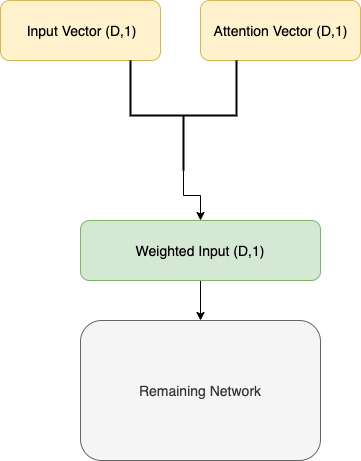
Before: images/2020-02-09/attention_diagram.png, a diagram exported from draw.io (asvskartheek/old_gh_pages). Source tidied: cells renumbered, new cells last; positions are measured from the earlier drawing's top-left corner, leaving out a move shared by most shapes.
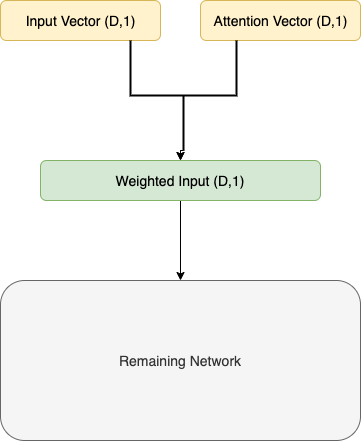
The same diagram one commit later.

Commit message:
Update attention_learning

What changed in the source:
```diff
@@ -3,33 +3,34 @@
     <mxCell id="0" />
     <mxCell id="1" parent="0" />
     <mxCell id="2" style="rounded=1;whiteSpace=wrap;html=1;fillColor=#fff2cc;strokeColor=#d6b656;fontFamily=Helvetica;fontSize=14;" parent="1" vertex="1">
-      <mxGeometry width="160" height="60" as="geometry" />
+      <mxGeometry y="20" width="160" height="40" as="geometry" />
     </mxCell>
     <mxCell id="3" value="Input Vector (D,1)" style="text;html=1;align=center;verticalAlign=middle;fillColor=none;strokeColor=none;rounded=0;fontFamily=Helvetica;fontSize=14;" parent="1" vertex="1">
-      <mxGeometry x="16" y="20" width="130" height="20" as="geometry" />
+      <mxGeometry x="15" y="30" width="130" height="20" as="geometry" />
     </mxCell>
     <mxCell id="4" style="rounded=1;whiteSpace=wrap;html=1;fillColor=#fff2cc;strokeColor=#d6b656;fontFamily=Helvetica;fontSize=14;" parent="1" vertex="1">
-      <mxGeometry x="200" width="160" height="60" as="geometry" />
+      <mxGeometry x="200" y="20" width="160" height="40" as="geometry" />
     </mxCell>
     <mxCell id="5" value="Attention Vector (D,1)" style="text;html=1;align=center;verticalAlign=middle;fillColor=none;strokeColor=none;rounded=0;fontFamily=Helvetica;fontSize=14;" parent="1" vertex="1">
-      <mxGeometry x="205" y="20" width="150" height="20" as="geometry" />
+      <mxGeometry x="205" y="30" width="150" height="20" as="geometry" />
     </mxCell>
-    <mxCell id="6" style="edgeStyle=orthogonalEdgeStyle;rounded=0;jettySize=auto;html=1;exitX=0.5;exitY=1;exitDx=0;exitDy=0;fontFamily=Helvetica;fontSize=14;" parent="1" edge="1" source="7">
-      <mxGeometry relative="1" as="geometry">
-        <mxPoint x="200" y="320" as="targetPoint" />
-      </mxGeometry>
-    </mxCell>
+    <mxCell id="11" style="edgeStyle=orthogonalEdgeStyle;rounded=0;jettySize=auto;html=1;exitX=0.5;exitY=1;exitDx=0;exitDy=0;" parent="1" edge="1" source="7" target="10">
+      <mxGeometry relative="1" as="geometry" />
+    </mxCell>
     <mxCell id="7" value="Weighted Input (D,1)" style="rounded=1;whiteSpace=wrap;html=1;fontFamily=Helvetica;fontSize=14;fillColor=#d5e8d4;strokeColor=#82b366;" parent="1" vertex="1">
-      <mxGeometry x="80" y="220" width="240" height="60" as="geometry" />
+      <mxGeometry x="40" y="180" width="280" height="40" as="geometry" />
     </mxCell>
     <mxCell id="8" style="edgeStyle=orthogonalEdgeStyle;rounded=0;jettySize=auto;html=1;exitX=0;exitY=0.5;exitDx=0;exitDy=0;exitPerimeter=0;entryX=0.5;entryY=0;entryDx=0;entryDy=0;fontFamily=Helvetica;fontSize=14;" parent="1" edge="1" source="9" target="7">
       <mxGeometry relative="1" as="geometry" />
     </mxCell>
+    <mxCell id="12" style="edgeStyle=orthogonalEdgeStyle;rounded=0;jettySize=auto;html=1;exitX=0;exitY=0.5;exitDx=0;exitDy=0;exitPerimeter=0;entryX=0.5;entryY=0;entryDx=0;entryDy=0;" parent="1" edge="1" source="9" target="7">
+      <mxGeometry relative="1" as="geometry" />
+    </mxCell>
     <mxCell id="9" style="strokeWidth=2;html=1;shape=mxgraph.flowchart.annotation_2;align=left;labelPosition=right;fontFamily=Helvetica;fontSize=14;direction=north;" parent="1" vertex="1">
       <mxGeometry x="130" y="60" width="106" height="110" as="geometry" />
     </mxCell>
     <mxCell id="10" value="Remaining Network" style="rounded=1;whiteSpace=wrap;html=1;fontFamily=Helvetica;fontSize=14;fillColor=#f5f5f5;strokeColor=#666666;fontColor=#333333;" parent="1" vertex="1">
-      <mxGeometry x="80" y="320" width="240" height="140" as="geometry" />
+      <mxGeometry y="300" width="360" height="160" as="geometry" />
     </mxCell>
   </root>
 </mxGraphModel>
```
